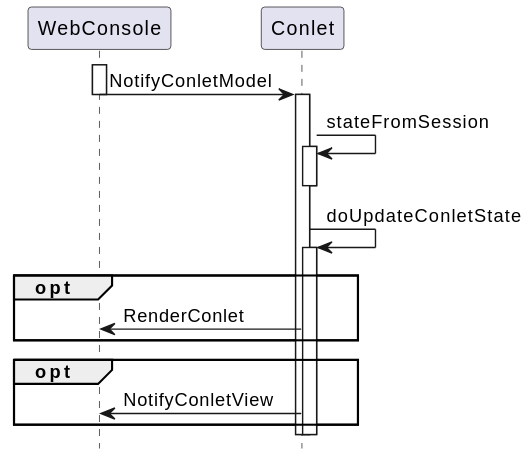
Above: javadoc-webconsole/org/jgrapes/webconsole/base/NotifyConletModelHandling.svg in mnlipp/jgrapes (PlantUML), before the change.
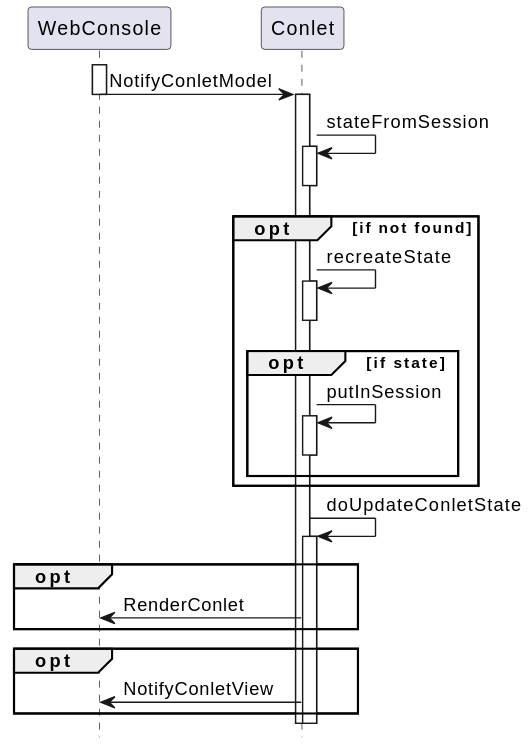
The same file after the commit.

The edit, as a diff of the source:
```diff
@@ -8,6 +8,16 @@
  Conlet -> Conlet: stateFromSession
  activate Conlet
  deactivate Conlet
+ opt if not found
+     Conlet -> Conlet: recreateState
+     activate Conlet
+     deactivate Conlet
+     opt if state
+         Conlet -> Conlet: putInSession
+         activate Conlet
+         deactivate Conlet
+     end opt
+ end opt
  Conlet -> Conlet: doUpdateConletState
  activate Conlet
  opt
```
